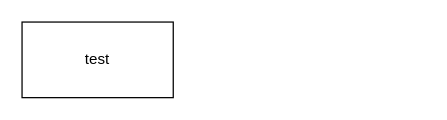
The draw.io diagram test01.drawio in zwc819konkuk/algorithm-pictures, before the edit. Source tidied: cells renumbered, new cells numbered last; positions are measured from the earlier drawing's top-left corner, leaving out a move shared by most shapes. Both pictures are drawn from the tidied source at 126%, with x=0, y=0 at pixel (21, 21).
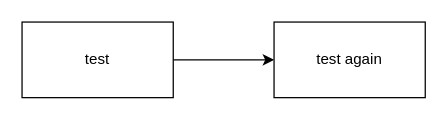
The same diagram, later.

The edit, as a diff of the source:
```diff
@@
 <mxGraphModel>
   <root>
     <mxCell id="0" />
     <mxCell id="1" parent="0" />
+    <mxCell id="3" style="edgeStyle=none;html=1;" parent="1" edge="1" source="2" target="4">
+      <mxGeometry relative="1" as="geometry" />
+    </mxCell>
     <mxCell id="2" value="test" style="rounded=0;whiteSpace=wrap;html=1;" parent="1" vertex="1">
       <mxGeometry width="120" height="60" as="geometry" />
     </mxCell>
+    <mxCell id="4" value="test again" style="whiteSpace=wrap;html=1;rounded=0;" parent="1" vertex="1">
+      <mxGeometry x="200" width="120" height="60" as="geometry" />
+    </mxCell>
   </root>
 </mxGraphModel>
```
